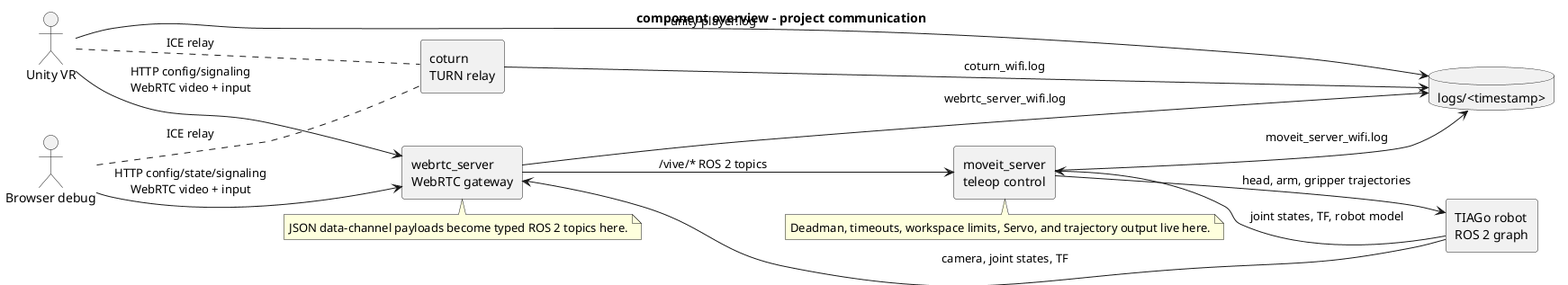
This is docs/architecture/component/overview.png from ichores-research/vive_teleop, a PlantUML export, as it was before one commit. Source of this version:
```plantuml
@startuml
!pragma layout smetana
title component overview - project communication

left to right direction
skinparam componentStyle rectangle
skinparam shadowing false
skinparam defaultFontName Monospace
skinparam linetype ortho

actor "Unity VR" as Unity
actor "Browser debug" as Browser

component "webrtc_server\nWebRTC gateway" as WebRtcServer
component "moveit_server\nteleop control" as MoveItServer
component "TIAGo robot\nROS 2 graph" as Robot
component "coturn\nTURN relay" as Coturn
database "logs/<timestamp>" as Logs

Unity --> WebRtcServer : HTTP config/signaling\nWebRTC video + input
Browser --> WebRtcServer : HTTP config/state/signaling\nWebRTC video + input
Unity .. Coturn : ICE relay
Browser .. Coturn : ICE relay

WebRtcServer --> MoveItServer : /vive/* ROS 2 topics
Robot --> WebRtcServer : camera, joint states, TF
Robot --> MoveItServer : joint states, TF, robot model
MoveItServer --> Robot : head, arm, gripper trajectories

WebRtcServer --> Logs : webrtc_server_wifi.log
MoveItServer --> Logs : moveit_server_wifi.log
Coturn --> Logs : coturn_wifi.log
Unity --> Logs : unity-player.log

note bottom of WebRtcServer
  JSON data-channel payloads become typed ROS 2 topics here.
end note

note bottom of MoveItServer
  Deadman, timeouts, workspace limits, Servo, and trajectory output live here.
end note

@enduml
```
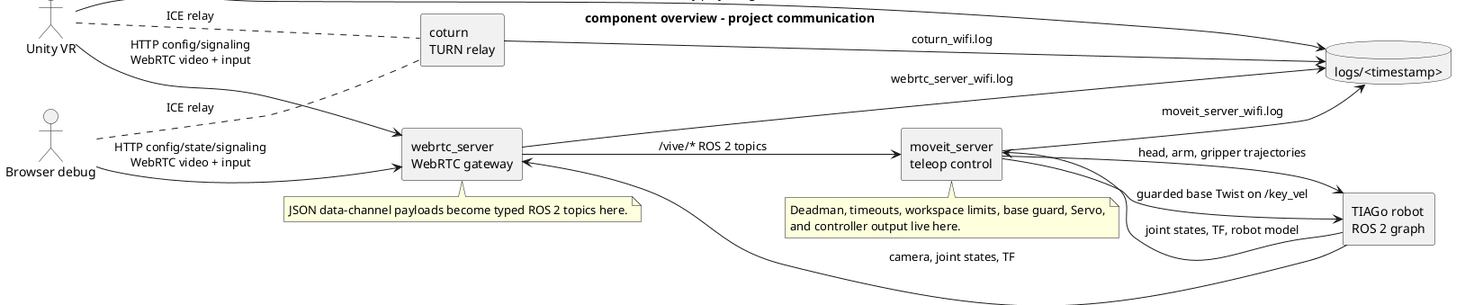
The same file after the commit.

Diff of the diagram source:
```diff
@@ -26,6 +26,7 @@
 Robot --> WebRtcServer : camera, joint states, TF
 Robot --> MoveItServer : joint states, TF, robot model
 MoveItServer --> Robot : head, arm, gripper trajectories
+MoveItServer --> Robot : guarded base Twist on /key_vel
 
 WebRtcServer --> Logs : webrtc_server_wifi.log
 MoveItServer --> Logs : moveit_server_wifi.log
@@ -37,7 +38,8 @@
 end note
 
 note bottom of MoveItServer
-  Deadman, timeouts, workspace limits, Servo, and trajectory output live here.
+  Deadman, timeouts, workspace limits, base guard, Servo,
+  and controller output live here.
 end note
 
 @enduml
```
